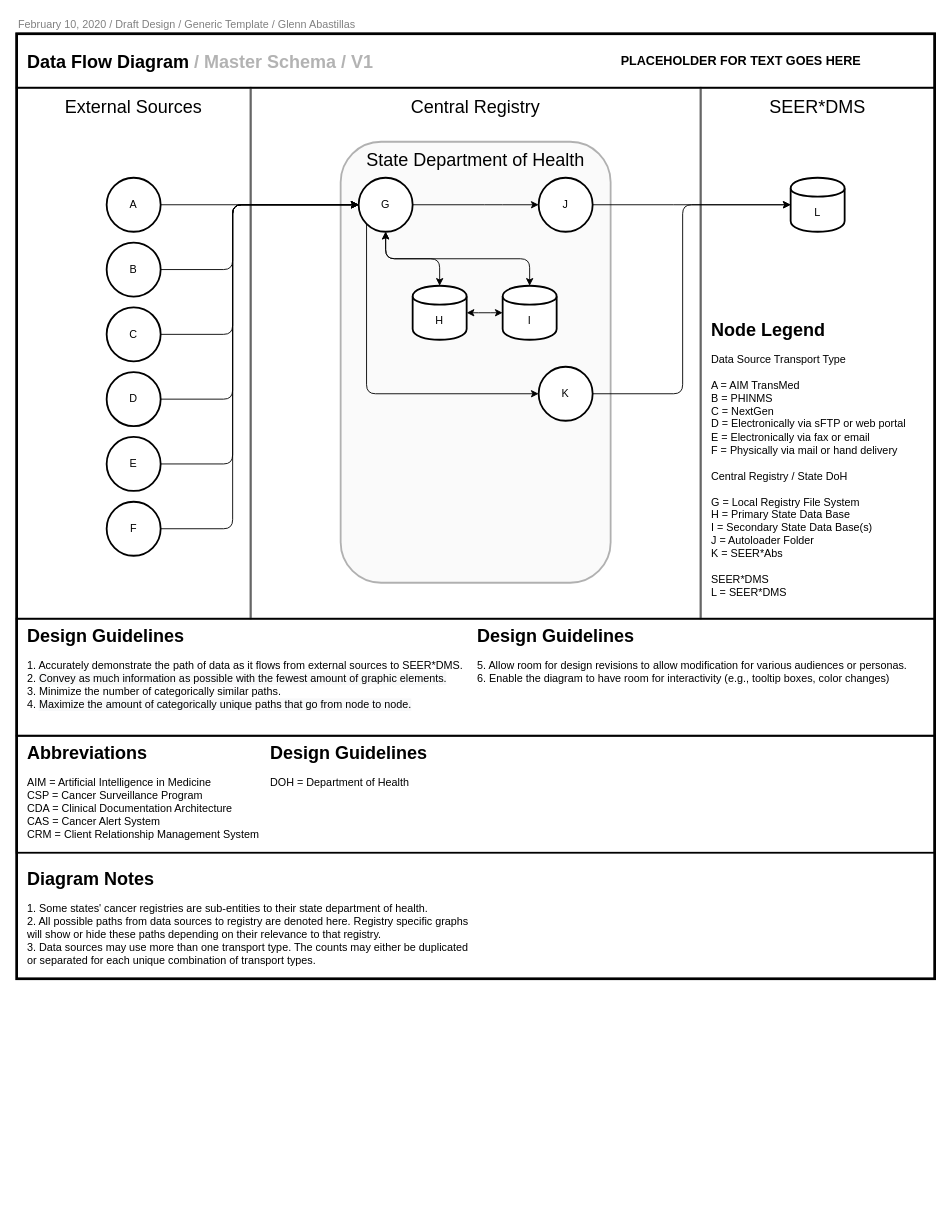
gabastil/nci-seer keeps this draw.io diagram as page "master_schema" (1 of 3) of ws5/svg/master_schema.drawio. Above is the earlier version. Source tidied: cells renumbered, new cells numbered last; positions are measured from the earlier drawing's top-left corner, leaving out a move shared by most shapes. Both pictures are drawn from the tidied source at 90%, with x=0, y=0 at pixel (16, 15).
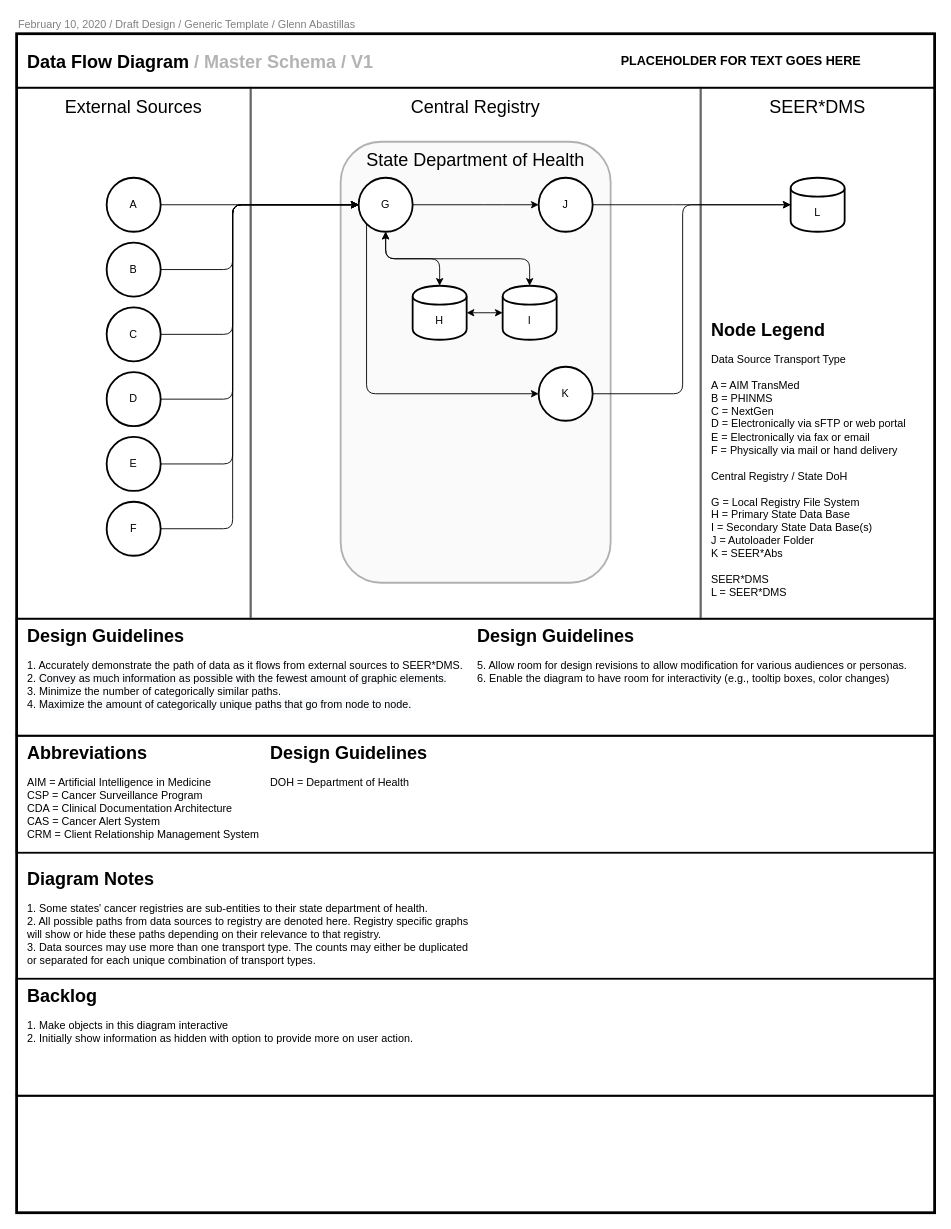
The same page after the edit.

Change to the diagram source:
```diff
@@
+    <mxCell id="8" style="rounded=0;whiteSpace=wrap;html=1;strokeWidth=3;fillColor=none;" parent="6" vertex="1">
+      <mxGeometry y="20" width="1020" height="1310" as="geometry" />
+    </mxCell>
@@
-    <mxCell id="8" style="rounded=0;whiteSpace=wrap;html=1;strokeWidth=3;fillColor=none;" parent="6" vertex="1">
-      <mxGeometry y="20" width="1020" height="1050" as="geometry" />
-    </mxCell>
@@
+    <mxCell id="54" style="rounded=0;whiteSpace=wrap;html=1;strokeWidth=2;fillColor=none;" parent="6" vertex="1">
+      <mxGeometry y="1070" width="1020" height="130" as="geometry" />
+    </mxCell>
+    <mxCell id="55" style="rounded=0;whiteSpace=wrap;html=1;strokeWidth=2;fillColor=none;" parent="6" vertex="1">
+      <mxGeometry y="1200" width="1020" height="130" as="geometry" />
+    </mxCell>
+    <mxCell id="56" value="&lt;div align=&quot;left&quot; style=&quot;font-size: 20px&quot;&gt;&lt;font style=&quot;font-size: 20px&quot;&gt;&lt;b&gt;Backlog&lt;/b&gt;&lt;/font&gt;&lt;/div&gt;&lt;div align=&quot;left&quot; style=&quot;font-size: 12px&quot;&gt;&lt;br&gt;&lt;/div&gt;&lt;div align=&quot;left&quot; style=&quot;font-size: 12px&quot;&gt;1. Make objects in this diagram interactive&lt;/div&gt;&lt;div align=&quot;left&quot; style=&quot;font-size: 12px&quot;&gt;2. Initially show information as hidden with option to provide more on user action.&lt;br&gt;&lt;/div&gt;" style="rounded=0;whiteSpace=wrap;html=1;strokeWidth=4;fillColor=none;align=left;fontSize=12;fontStyle=0;strokeColor=none;verticalAlign=top;" parent="6" vertex="1">
+      <mxGeometry x="10" y="1070" width="500" height="130" as="geometry" />
+    </mxCell>
```
